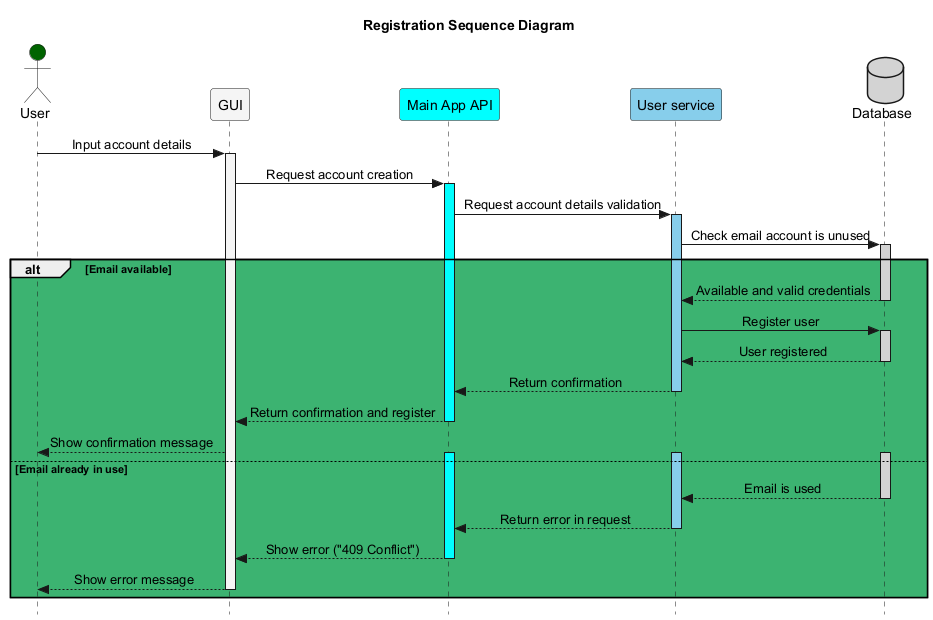
Before: images/Sequential diagram of the process of registration.png, a diagram exported from PlantUML (Arquisoft/wichat_en1a).
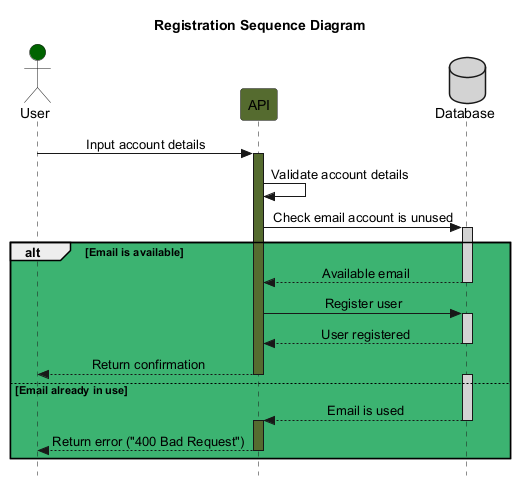
The same diagram one commit later.

Diff of the diagram source:
```diff
@@ -2,45 +2,32 @@
 title Registration Sequence Diagram
 
 actor User #DarkGreen
-participant GUI as "GUI" #WhiteSmoke
-participant mainAPI as "Main App API" #Aqua
-participant authAPI as "User service" #SkyBlue
+participant API as "API" #DarkOliveGreen
 database DB as "Database" #LightGray
 
 skinparam Style strictuml
 skinparam SequenceMessageAlignment center
 
-User -> GUI : Input account details
-activate GUI #WhiteSmoke
-GUI -> mainAPI : Request account creation
-activate mainAPI #Aqua
-mainAPI -> authAPI : Request account details validation
-activate authAPI #SkyBlue
-authAPI -> DB : Check email account is unused
-activate DB #LightGray
-alt #MediumSeaGreen Email available
-    DB --> authAPI : Available and valid credentials
+User -> API : Input account details
+activate API #DarkOliveGreen
+API -> API : Validate account details
+API -> DB : Check email account is unused
+alt #MediumSeaGreen Email is available
+    activate DB #LightGray
+    DB --> API : Available email
     deactivate DB
-    authAPI -> DB : Register user
+    API -> DB : Register user
     activate DB #LightGray
-    DB --> authAPI : User registered
+    DB --> API : User registered
     deactivate DB
-    authAPI --> mainAPI : Return confirmation
-    deactivate authAPI
-    mainAPI --> GUI : Return confirmation and register
-    deactivate mainAPI
-    GUI --> User : Show confirmation message
+    API --> User : Return confirmation
+    deactivate API
 else Email already in use
     activate DB #LightGray
-    activate authAPI #SkyBlue
-    activate mainAPI #Aqua
-    DB --> authAPI : Email is used
+    DB --> API : Email is used
     deactivate DB
-    authAPI --> mainAPI : Return error in request
-    deactivate authAPI
-    mainAPI --> GUI : Show error ("409 Conflict")
-    deactivate mainAPI
-    GUI --> User : Show error message
-    deactivate GUI
+    activate API #DarkOliveGreen
+    API --> User : Return error ("400 Bad Request")
+    deactivate API
 end
 @enduml
```
